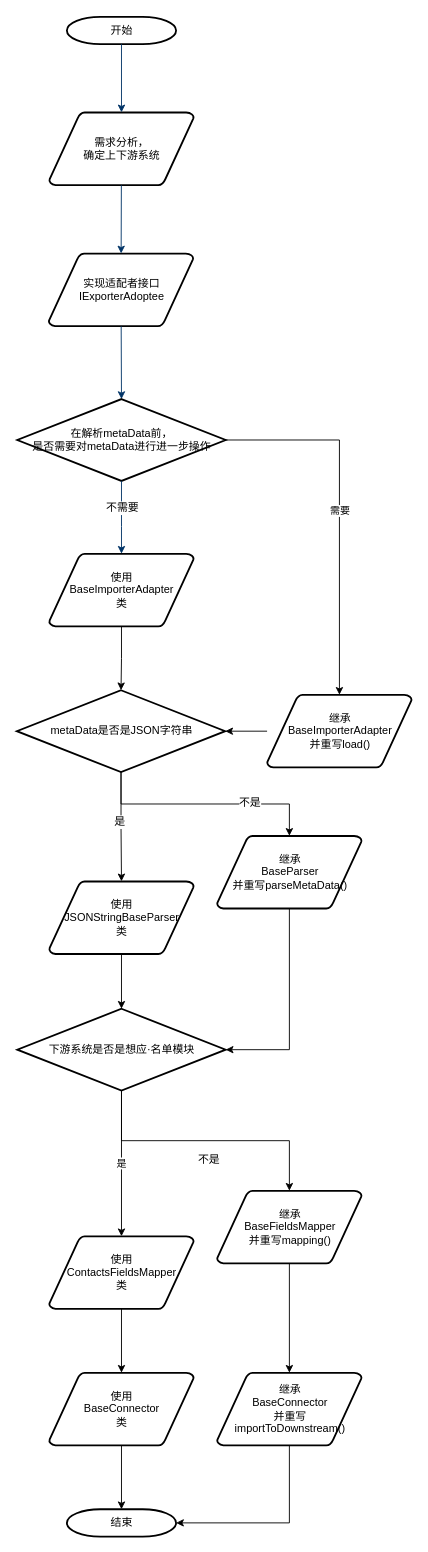
Earlier version of the draw.io diagram flow Diagram.drawio (lshunran/drawIO). Source tidied: cells renumbered, new cells numbered last; positions are measured from the earlier drawing's top-left corner, leaving out a move shared by most shapes. Both pictures are drawn from the tidied source at 91%, with x=0, y=0 at pixel (16, 16).
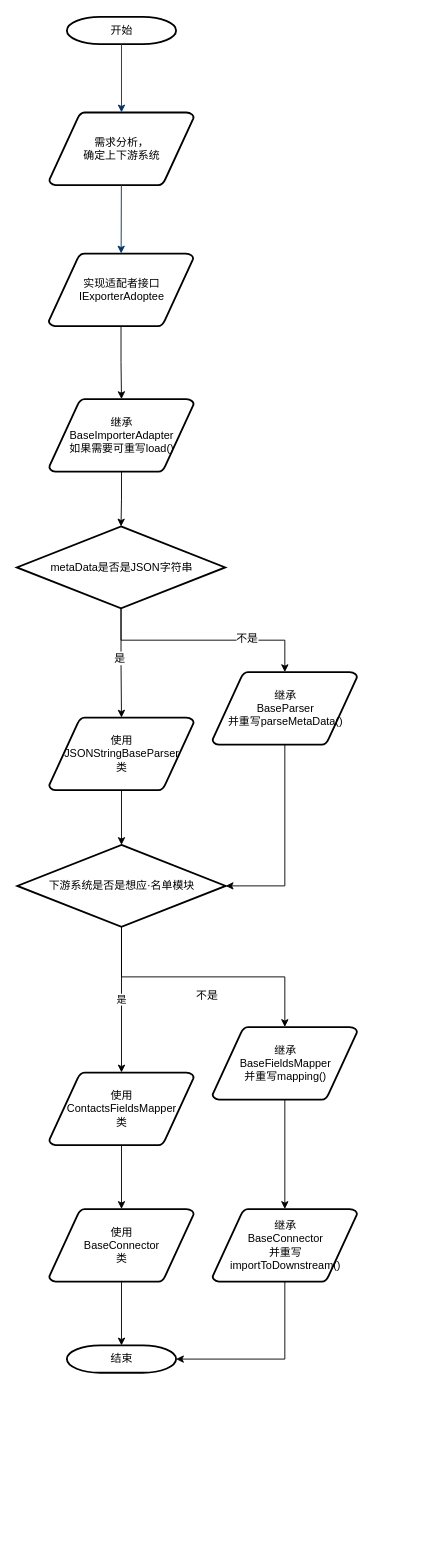
The same page after the edit.

Unchanged cells that the change refers to:
```xml
<mxCell id="6" value="实现适配者接口&lt;br&gt;IExporterAdoptee" style="shape=mxgraph.flowchart.data;strokeWidth=2;gradientColor=none;gradientDirection=north;fontStyle=0;html=1;" parent="1" vertex="1">
  <mxGeometry x="35" y="260" width="159" height="80" as="geometry" />
</mxCell>
```

The edit, as a diff of the source:
```diff
@@
-    <mxCell id="4" style="edgeStyle=orthogonalEdgeStyle;rounded=0;jettySize=auto;html=1;entryX=0.5;entryY=0;entryDx=0;entryDy=0;entryPerimeter=0;" parent="1" edge="1" source="5" target="23">
-      <mxGeometry relative="1" as="geometry" />
-    </mxCell>
-    <mxCell id="5" value="使用&lt;br&gt;BaseImporterAdapter&lt;br&gt;类" style="shape=mxgraph.flowchart.data;strokeWidth=2;gradientColor=none;gradientDirection=north;fontStyle=0;html=1;" parent="1" vertex="1">
-      <mxGeometry x="35.5" y="590" width="159" height="80" as="geometry" />
-    </mxCell>
+    <mxCell id="38" style="edgeStyle=orthogonalEdgeStyle;rounded=0;jettySize=auto;html=1;entryX=0.5;entryY=0;entryDx=0;entryDy=0;entryPerimeter=0;" parent="1" edge="1" source="6" target="40">
+      <mxGeometry relative="1" as="geometry" />
+    </mxCell>
@@
-    <mxCell id="7" value="需要" style="edgeStyle=orthogonalEdgeStyle;rounded=0;jettySize=auto;html=1;" parent="1" edge="1" source="8" target="18">
-      <mxGeometry relative="1" as="geometry" />
-    </mxCell>
-    <mxCell id="8" value="在解析metaData前，&lt;br&gt;是否需要对metaData进行进一步操作" style="shape=mxgraph.flowchart.decision;strokeWidth=2;gradientColor=none;gradientDirection=north;fontStyle=0;html=1;" parent="1" vertex="1">
-      <mxGeometry x="0.5" y="420" width="229" height="90" as="geometry" />
-    </mxCell>
@@
-    <mxCell id="11" style="entryX=0.5;entryY=0;entryPerimeter=0;fontStyle=1;strokeColor=#003366;strokeWidth=1;html=1;" parent="1" edge="1" source="6" target="8">
-      <mxGeometry relative="1" as="geometry" />
-    </mxCell>
-    <mxCell id="12" style="edgeStyle=elbowEdgeStyle;elbow=horizontal;fontColor=#001933;fontStyle=1;strokeColor=#003366;strokeWidth=1;html=1;" parent="1" edge="1" source="8" target="5">
-      <mxGeometry as="geometry" />
-    </mxCell>
-    <mxCell id="13" value="不需要" style="text;html=1;align=center;verticalAlign=middle;labelBackgroundColor=#ffffff;" parent="12" vertex="1">
-      <mxGeometry relative="1" as="geometry">
-        <mxPoint y="-11" as="offset" />
-      </mxGeometry>
-    </mxCell>
@@
     <mxCell id="15" value="使用&lt;br&gt;BaseConnector&lt;br&gt;类" style="shape=mxgraph.flowchart.data;strokeWidth=2;gradientColor=none;gradientDirection=north;fontStyle=0;html=1;" parent="1" vertex="1">
-      <mxGeometry x="35.5" y="1490" width="159" height="80" as="geometry" />
+      <mxGeometry x="35.5" y="1310" width="159" height="80" as="geometry" />
     </mxCell>
     <mxCell id="16" value="结束" style="shape=mxgraph.flowchart.terminator;strokeWidth=2;gradientColor=none;gradientDirection=north;fontStyle=0;html=1;" parent="1" vertex="1">
-      <mxGeometry x="55" y="1640" width="120" height="30" as="geometry" />
+      <mxGeometry x="55" y="1460" width="120" height="30" as="geometry" />
     </mxCell>
-    <mxCell id="17" style="edgeStyle=orthogonalEdgeStyle;rounded=0;jettySize=auto;html=1;entryX=1;entryY=0.5;entryDx=0;entryDy=0;entryPerimeter=0;" parent="1" edge="1" source="18" target="23">
-      <mxGeometry relative="1" as="geometry" />
-    </mxCell>
-    <mxCell id="18" value="继承&lt;br&gt;BaseImporterAdapter&lt;br&gt;并重写load()" style="shape=mxgraph.flowchart.data;strokeWidth=2;gradientColor=none;gradientDirection=north;fontStyle=0;html=1;" parent="1" vertex="1">
-      <mxGeometry x="275" y="745" width="159" height="80" as="geometry" />
-    </mxCell>
@@
     <mxCell id="23" value="metaData是否是JSON字符串" style="shape=mxgraph.flowchart.decision;strokeWidth=2;gradientColor=none;gradientDirection=north;fontStyle=0;html=1;" parent="1" vertex="1">
-      <mxGeometry y="740" width="229" height="90" as="geometry" />
+      <mxGeometry y="560" width="229" height="90" as="geometry" />
     </mxCell>
@@
     <mxCell id="25" value="使用&lt;br&gt;JSONStringBaseParser&lt;br&gt;类" style="shape=mxgraph.flowchart.data;strokeWidth=2;gradientColor=none;gradientDirection=north;fontStyle=0;html=1;" parent="1" vertex="1">
-      <mxGeometry x="35.5" y="950" width="159" height="80" as="geometry" />
+      <mxGeometry x="35.5" y="770" width="159" height="80" as="geometry" />
     </mxCell>
@@
     <mxCell id="27" value="继承&lt;br&gt;BaseParser&lt;br&gt;并重写parseMetaData()" style="shape=mxgraph.flowchart.data;strokeWidth=2;gradientColor=none;gradientDirection=north;fontStyle=0;html=1;" parent="1" vertex="1">
-      <mxGeometry x="220" y="900" width="159" height="80" as="geometry" />
+      <mxGeometry x="215" y="720" width="159" height="80" as="geometry" />
     </mxCell>
@@
     <mxCell id="31" value="下游系统是否是想应·名单模块" style="shape=mxgraph.flowchart.decision;strokeWidth=2;gradientColor=none;gradientDirection=north;fontStyle=0;html=1;" parent="1" vertex="1">
-      <mxGeometry x="0.5" y="1090" width="229" height="90" as="geometry" />
+      <mxGeometry x="0.5" y="910" width="229" height="90" as="geometry" />
     </mxCell>
@@
     <mxCell id="33" value="使用&lt;br&gt;ContactsFieldsMapper&lt;br&gt;类" style="shape=mxgraph.flowchart.data;strokeWidth=2;gradientColor=none;gradientDirection=north;fontStyle=0;html=1;" parent="1" vertex="1">
-      <mxGeometry x="35.5" y="1340" width="159" height="80" as="geometry" />
+      <mxGeometry x="35.5" y="1160" width="159" height="80" as="geometry" />
     </mxCell>
@@
     <mxCell id="35" value="继承&lt;br&gt;BaseFieldsMapper&lt;br&gt;并重写mapping()" style="shape=mxgraph.flowchart.data;strokeWidth=2;gradientColor=none;gradientDirection=north;fontStyle=0;html=1;" parent="1" vertex="1">
-      <mxGeometry x="220" y="1290" width="159" height="80" as="geometry" />
+      <mxGeometry x="215" y="1110" width="159" height="80" as="geometry" />
     </mxCell>
@@
     <mxCell id="37" value="继承&lt;br&gt;BaseConnector&lt;br&gt;并重写&lt;br&gt;importToDownstream()" style="shape=mxgraph.flowchart.data;strokeWidth=2;gradientColor=none;gradientDirection=north;fontStyle=0;html=1;" parent="1" vertex="1">
-      <mxGeometry x="220" y="1490" width="159" height="80" as="geometry" />
+      <mxGeometry x="215" y="1310" width="159" height="80" as="geometry" />
     </mxCell>
+    <mxCell id="39" style="edgeStyle=orthogonalEdgeStyle;rounded=0;jettySize=auto;html=1;" parent="1" edge="1" source="40" target="23">
+      <mxGeometry relative="1" as="geometry" />
+    </mxCell>
+    <mxCell id="40" value="继承&lt;br&gt;BaseImporterAdapter&lt;br&gt;如果需要可重写load()" style="shape=mxgraph.flowchart.data;strokeWidth=2;gradientColor=none;gradientDirection=north;fontStyle=0;html=1;" parent="1" vertex="1">
+      <mxGeometry x="35.5" y="420" width="159" height="80" as="geometry" />
+    </mxCell>
```
